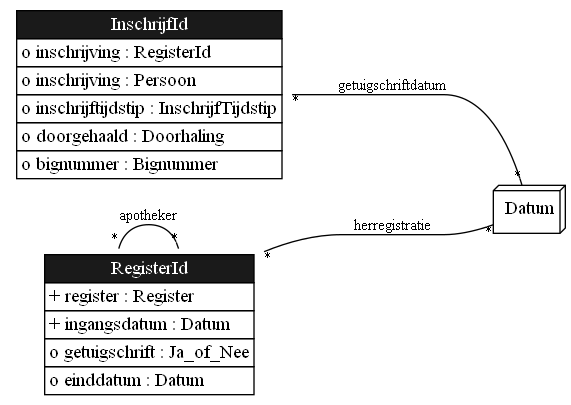
gedelaar/BIG keeps this Graphviz diagram as docs/images/CDPatternApotheker.png. Above is the earlier version. Its source is kept beside it as docs/images/CDPatternApotheker.gv.
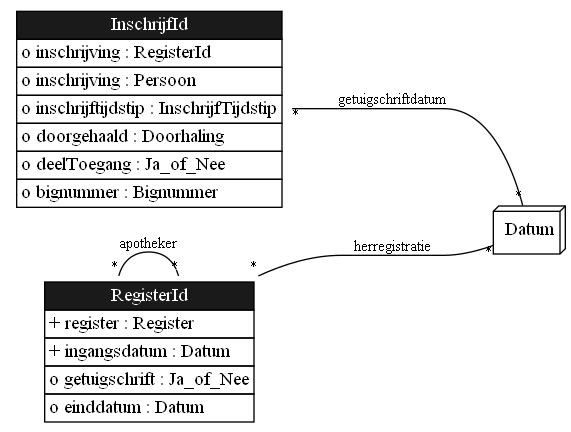
After the commit.

Diff of the diagram source:
```diff
@@ -7,7 +7,7 @@
 		minlen=4
 	];
 	InschrijfId	[color=purple,
-		label=<<TABLE BGCOLOR="white" COLOR="black" BORDER="0" CELLBORDER="1" CELLSPACING="0"><TR><TD BGCOLOR="gray10" COLOR="black"><FONT COLOR="white">InschrijfId</FONT></TD></TR><TR><TD ALIGN="LEFT" PORT="inschrijving">o inschrijving : RegisterId</TD></TR><TR><TD ALIGN="LEFT" PORT="inschrijving">o inschrijving : Persoon</TD></TR><TR><TD ALIGN="LEFT" PORT="inschrijftijdstip">o inschrijftijdstip : InschrijfTijdstip</TD></TR><TR><TD ALIGN="LEFT" PORT="doorgehaald">o doorgehaald : Doorhaling</TD></TR><TR><TD ALIGN="LEFT" PORT="bignummer">o bignummer : Bignummer</TD></TR></TABLE>>,
+		label=<<TABLE BGCOLOR="white" COLOR="black" BORDER="0" CELLBORDER="1" CELLSPACING="0"><TR><TD BGCOLOR="gray10" COLOR="black"><FONT COLOR="white">InschrijfId</FONT></TD></TR><TR><TD ALIGN="LEFT" PORT="inschrijving">o inschrijving : RegisterId</TD></TR><TR><TD ALIGN="LEFT" PORT="inschrijving">o inschrijving : Persoon</TD></TR><TR><TD ALIGN="LEFT" PORT="inschrijftijdstip">o inschrijftijdstip : InschrijfTijdstip</TD></TR><TR><TD ALIGN="LEFT" PORT="doorgehaald">o doorgehaald : Doorhaling</TD></TR><TR><TD ALIGN="LEFT" PORT="deelToegang">o deelToegang : Ja_of_Nee</TD></TR><TR><TD ALIGN="LEFT" PORT="bignummer">o bignummer : Bignummer</TD></TR></TABLE>>,
 		shape=plaintext];
 	Datum	[label=Datum,
 		shape=box3d];
```
